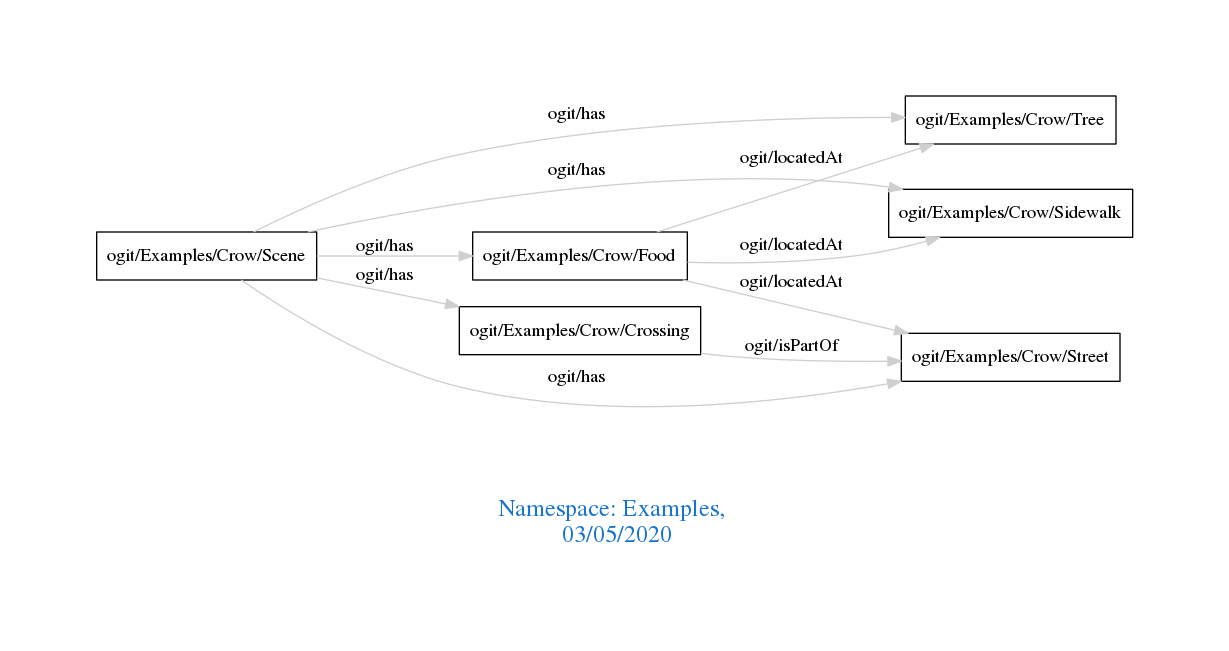
Earlier version of the Graphviz export downloads/Examples.png (arago/OGIT). Its source is kept beside it as downloads/Examples.dot.
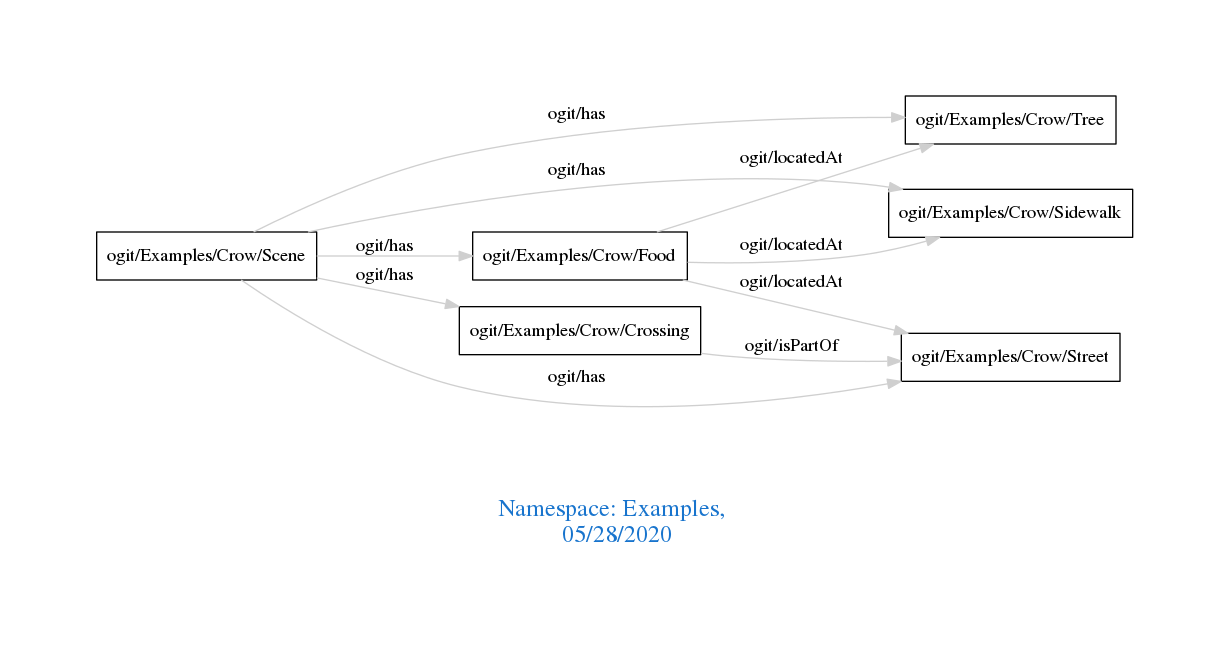
Later version of the same file.

The edit, as a diff of the source:
```diff
@@ -1,7 +1,7 @@
 digraph OGIT_ontology {
  graph [ rankdir= LR,pad=1
 fontsize = 18,
-fontcolor= dodgerblue3,label = "\n\n\nNamespace: Examples, \n 03/05/2020"];
+fontcolor= dodgerblue3,label = "\n\n\nNamespace: Examples, \n 05/28/2020"];
 node[shape=polygon];
 edge [  color="gray81"];
 
```
